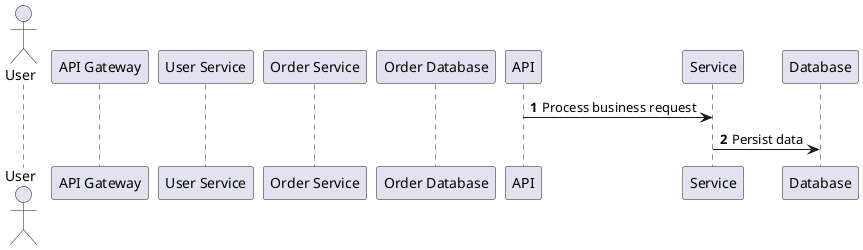
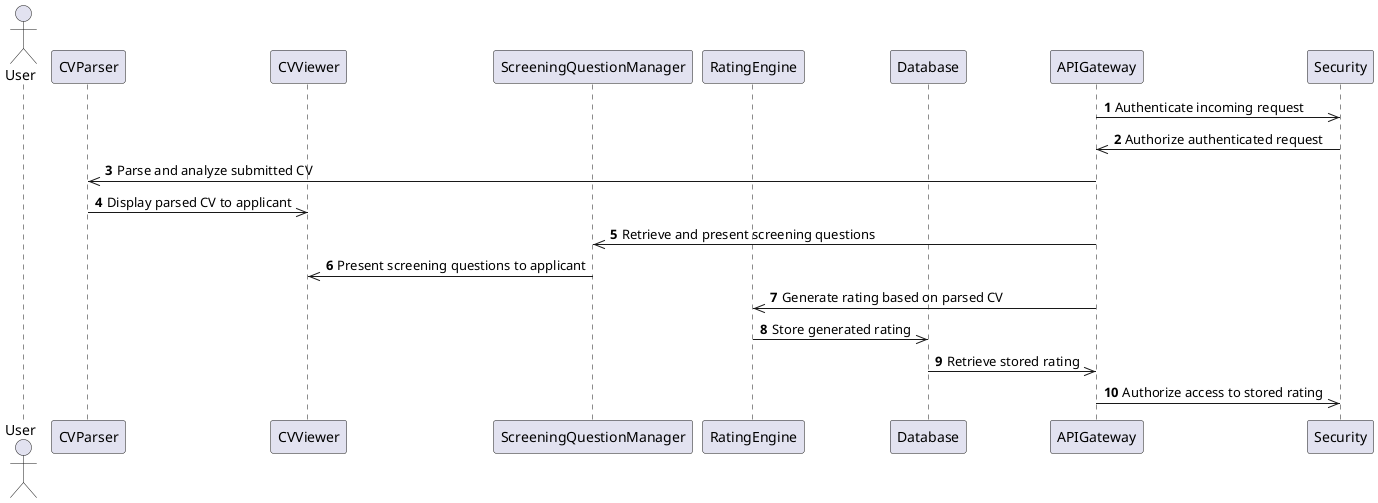
@startuml
autonumber
actor User
- participant "API Gateway" as APIGateway
- participant "User Service" as UserService
- participant "Order Service" as OrderService
- participant "Order Database" as OrderDatabase
- API -> Service : Process business request
- Service -> Database : Persist data
+ participant "CVParser" as CVParser
+ participant "CVViewer" as CVViewer
+ participant "ScreeningQuestionManager" as ScreeningQuestionManager
+ participant "RatingEngine" as RatingEngine
+ participant "Database" as Database
+ participant "APIGateway" as APIGateway
+ participant "Security" as Security
+ APIGateway ->> Security : Authenticate incoming request
+ Security ->> APIGateway : Authorize authenticated request
+ APIGateway ->> CVParser : Parse and analyze submitted CV
+ CVParser ->> CVViewer : Display parsed CV to applicant
+ APIGateway ->> ScreeningQuestionManager : Retrieve and present screening questions
+ ScreeningQuestionManager ->> CVViewer : Present screening questions to applicant
+ APIGateway ->> RatingEngine : Generate rating based on parsed CV
+ RatingEngine ->> Database : Store generated rating
+ Database ->> APIGateway : Retrieve stored rating
+ APIGateway ->> Security : Authorize access to stored rating
@enduml